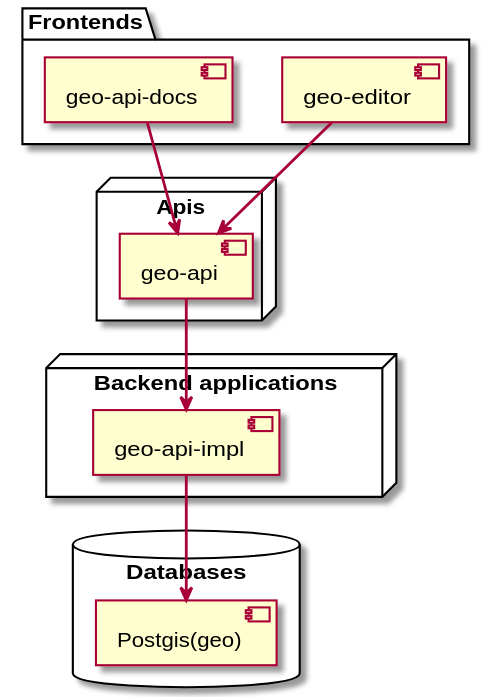
Future-Position-X/fpx-monorepo keeps this PlantUML diagram as diagrams/architecture.svg. Above is the earlier version.
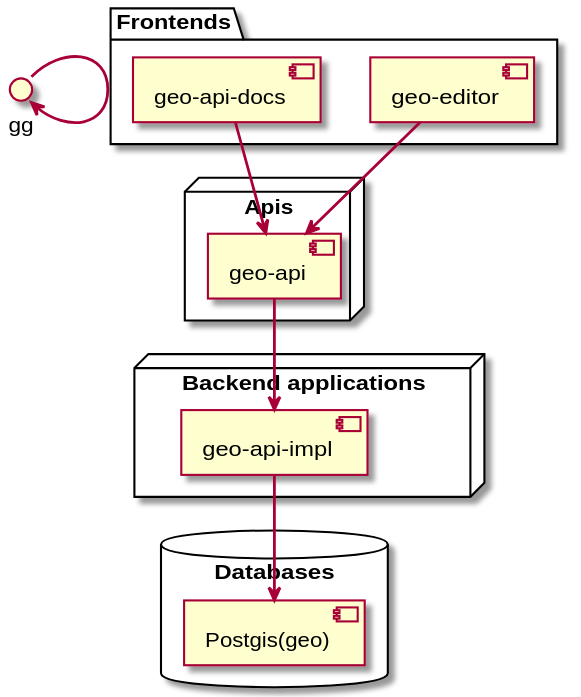
The same diagram one commit later.

What changed in the source:
```diff
@@ -20,4 +20,5 @@
 [geo-api-docs] ==> [geo-api]
 [geo-api] ==> geoApp
 geoApp ==> geoDb
+gg ==> gg
 @enduml
```
